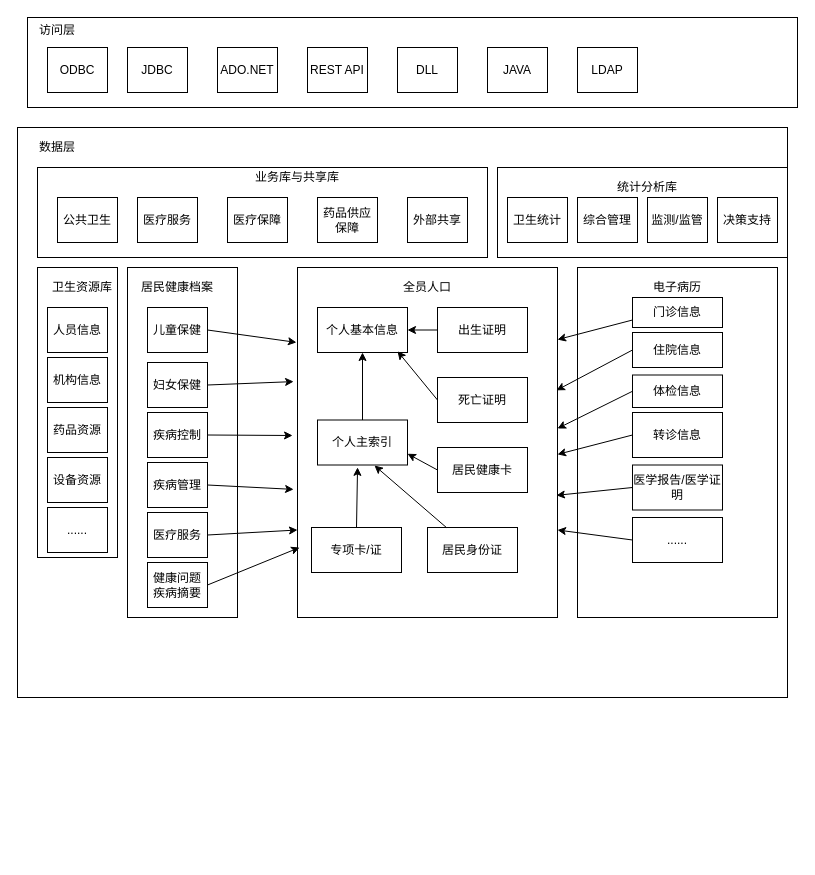
Before: source/数据中心架构图.drawio in SmileCJX/processon, a draw.io diagram. Source tidied: cells renumbered, new cells numbered last; positions are measured from the earlier drawing's top-left corner, leaving out a move shared by most shapes. Both pictures are drawn from the tidied source at 100%, with x=0, y=0 at pixel (17, 17).
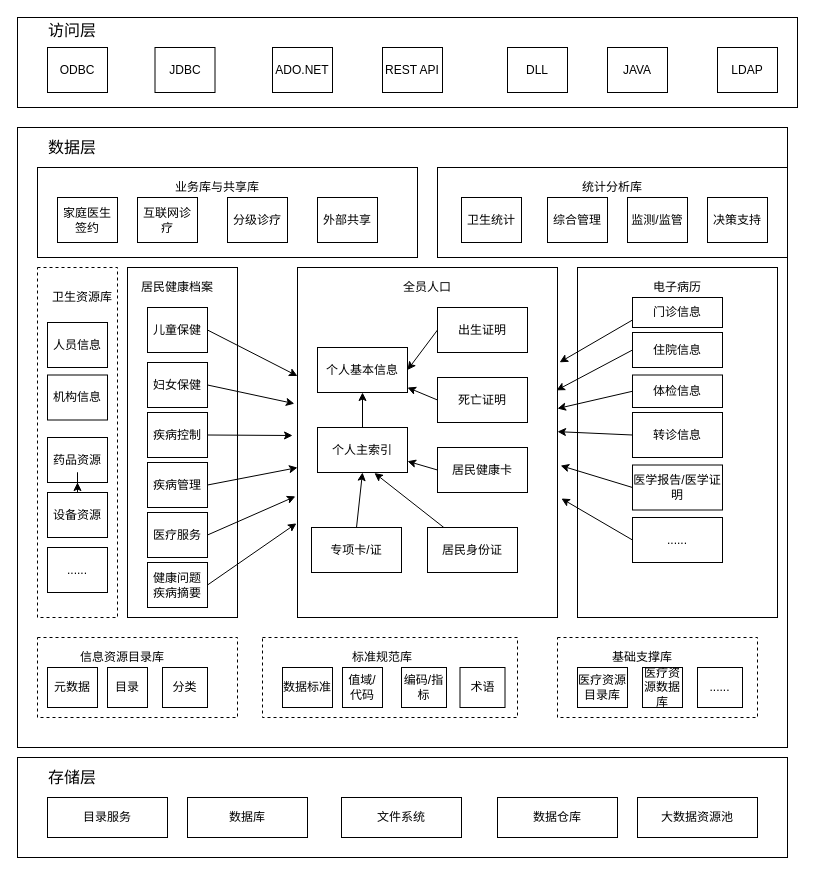
Above is the later version.

Commit message (it also covers changes not shown here):
更新数据中心架构图.drawio

Unchanged cells that the change refers to:
```xml
<mxCell id="35" value="儿童保健" style="rounded=0;whiteSpace=wrap;html=1;" parent="1" vertex="1">
  <mxGeometry x="130" y="290" width="60" height="45" as="geometry" />
</mxCell>
<mxCell id="36" value="妇女保健" style="rounded=0;whiteSpace=wrap;html=1;" parent="1" vertex="1">
  <mxGeometry x="130" y="345" width="60" height="45" as="geometry" />
</mxCell>
<mxCell id="38" value="疾病管理" style="rounded=0;whiteSpace=wrap;html=1;" parent="1" vertex="1">
  <mxGeometry x="130" y="445" width="60" height="45" as="geometry" />
</mxCell>
<mxCell id="39" value="医疗服务" style="rounded=0;whiteSpace=wrap;html=1;" parent="1" vertex="1">
  <mxGeometry x="130" y="495" width="60" height="45" as="geometry" />
</mxCell>
<mxCell id="40" value="健康问题疾病摘要" style="rounded=0;whiteSpace=wrap;html=1;" parent="1" vertex="1">
  <mxGeometry x="130" y="545" width="60" height="45" as="geometry" />
</mxCell>
<mxCell id="41" style="rounded=0;whiteSpace=wrap;html=1;" parent="1" vertex="1">
  <mxGeometry x="280" y="250" width="260" height="350" as="geometry" />
</mxCell>
<mxCell id="51" value="死亡证明" style="rounded=0;whiteSpace=wrap;html=1;" parent="1" vertex="1">
  <mxGeometry x="420" y="360" width="90" height="45" as="geometry" />
</mxCell>
<mxCell id="55" value="专项卡/证" style="rounded=0;whiteSpace=wrap;html=1;" parent="1" vertex="1">
  <mxGeometry x="294" y="510" width="90" height="45" as="geometry" />
</mxCell>
<mxCell id="63" value="门诊信息" style="rounded=0;whiteSpace=wrap;html=1;" parent="1" vertex="1">
  <mxGeometry x="615" y="280" width="90" height="30" as="geometry" />
</mxCell>
<mxCell id="65" value="体检信息" style="rounded=0;whiteSpace=wrap;html=1;" parent="1" vertex="1">
  <mxGeometry x="615" y="357.5" width="90" height="32.5" as="geometry" />
</mxCell>
<mxCell id="66" value="转诊信息" style="rounded=0;whiteSpace=wrap;html=1;" parent="1" vertex="1">
  <mxGeometry x="615" y="395" width="90" height="45" as="geometry" />
</mxCell>
<mxCell id="67" value="医学报告/医学证明" style="rounded=0;whiteSpace=wrap;html=1;" parent="1" vertex="1">
  <mxGeometry x="615" y="447.5" width="90" height="45" as="geometry" />
</mxCell>
<mxCell id="68" value="......" style="rounded=0;whiteSpace=wrap;html=1;" parent="1" vertex="1">
  <mxGeometry x="615" y="500" width="90" height="45" as="geometry" />
</mxCell>
```

The edit, as a diff of the source:
```diff
@@
     <mxCell id="2" style="rounded=0;whiteSpace=wrap;html=1;" parent="1" vertex="1">
-      <mxGeometry x="10" width="770" height="90" as="geometry" />
+      <mxGeometry width="780" height="90" as="geometry" />
     </mxCell>
@@
     <mxCell id="4" value="JDBC" style="rounded=0;whiteSpace=wrap;html=1;" parent="1" vertex="1">
-      <mxGeometry x="110" y="30" width="60" height="45" as="geometry" />
+      <mxGeometry x="137.5" y="30" width="60" height="45" as="geometry" />
     </mxCell>
     <mxCell id="5" value="ADO.NET" style="rounded=0;whiteSpace=wrap;html=1;" parent="1" vertex="1">
-      <mxGeometry x="200" y="30" width="60" height="45" as="geometry" />
+      <mxGeometry x="255" y="30" width="60" height="45" as="geometry" />
     </mxCell>
     <mxCell id="6" value="REST API" style="rounded=0;whiteSpace=wrap;html=1;" parent="1" vertex="1">
-      <mxGeometry x="290" y="30" width="60" height="45" as="geometry" />
+      <mxGeometry x="365" y="30" width="60" height="45" as="geometry" />
     </mxCell>
     <mxCell id="7" value="DLL" style="rounded=0;whiteSpace=wrap;html=1;" parent="1" vertex="1">
-      <mxGeometry x="380" y="30" width="60" height="45" as="geometry" />
+      <mxGeometry x="490" y="30" width="60" height="45" as="geometry" />
     </mxCell>
     <mxCell id="8" value="JAVA" style="rounded=0;whiteSpace=wrap;html=1;" parent="1" vertex="1">
-      <mxGeometry x="470" y="30" width="60" height="45" as="geometry" />
+      <mxGeometry x="590" y="30" width="60" height="45" as="geometry" />
     </mxCell>
     <mxCell id="9" value="LDAP" style="rounded=0;whiteSpace=wrap;html=1;" parent="1" vertex="1">
-      <mxGeometry x="560" y="30" width="60" height="45" as="geometry" />
+      <mxGeometry x="700" y="30" width="60" height="45" as="geometry" />
     </mxCell>
-    <mxCell id="10" value="访问层" style="text;html=1;strokeColor=none;fillColor=none;align=center;verticalAlign=middle;whiteSpace=wrap;rounded=0;" parent="1" vertex="1">
-      <mxGeometry x="20" y="2.5" width="40" height="20" as="geometry" />
+    <mxCell id="10" value="访问层" style="text;html=1;strokeColor=none;fillColor=none;align=center;verticalAlign=middle;whiteSpace=wrap;rounded=0;fontSize=16;" parent="1" vertex="1">
+      <mxGeometry x="20" y="2.5" width="70" height="20" as="geometry" />
     </mxCell>
     <mxCell id="11" style="rounded=0;whiteSpace=wrap;html=1;" parent="1" vertex="1">
-      <mxGeometry y="110" width="770" height="570" as="geometry" />
+      <mxGeometry y="110" width="770" height="620" as="geometry" />
     </mxCell>
-    <mxCell id="12" value="数据层" style="text;html=1;strokeColor=none;fillColor=none;align=center;verticalAlign=middle;whiteSpace=wrap;rounded=0;" parent="1" vertex="1">
-      <mxGeometry x="20" y="120" width="40" height="20" as="geometry" />
+    <mxCell id="12" value="数据层" style="text;html=1;strokeColor=none;fillColor=none;align=center;verticalAlign=middle;whiteSpace=wrap;rounded=0;fontSize=16;" parent="1" vertex="1">
+      <mxGeometry x="20" y="120" width="70" height="20" as="geometry" />
     </mxCell>
     <mxCell id="13" style="rounded=0;whiteSpace=wrap;html=1;" parent="1" vertex="1">
-      <mxGeometry x="20" y="150" width="450" height="90" as="geometry" />
+      <mxGeometry x="20" y="150" width="380" height="90" as="geometry" />
     </mxCell>
-    <mxCell id="14" value="公共卫生" style="rounded=0;whiteSpace=wrap;html=1;" parent="1" vertex="1">
+    <mxCell id="14" value="家庭医生签约" style="rounded=0;whiteSpace=wrap;html=1;" parent="1" vertex="1">
       <mxGeometry x="40" y="180" width="60" height="45" as="geometry" />
     </mxCell>
-    <mxCell id="15" value="医疗服务" style="rounded=0;whiteSpace=wrap;html=1;" parent="1" vertex="1">
+    <mxCell id="15" value="互联网诊疗" style="rounded=0;whiteSpace=wrap;html=1;" parent="1" vertex="1">
       <mxGeometry x="120" y="180" width="60" height="45" as="geometry" />
     </mxCell>
-    <mxCell id="16" value="医疗保障" style="rounded=0;whiteSpace=wrap;html=1;" parent="1" vertex="1">
+    <mxCell id="16" value="分级诊疗" style="rounded=0;whiteSpace=wrap;html=1;" parent="1" vertex="1">
       <mxGeometry x="210" y="180" width="60" height="45" as="geometry" />
     </mxCell>
-    <mxCell id="17" value="药品供应保障" style="rounded=0;whiteSpace=wrap;html=1;" parent="1" vertex="1">
-      <mxGeometry x="300" y="180" width="60" height="45" as="geometry" />
-    </mxCell>
     <mxCell id="18" value="外部共享" style="rounded=0;whiteSpace=wrap;html=1;" parent="1" vertex="1">
-      <mxGeometry x="390" y="180" width="60" height="45" as="geometry" />
+      <mxGeometry x="300" y="180" width="60" height="45" as="geometry" />
     </mxCell>
     <mxCell id="19" value="业务库与共享库" style="text;html=1;strokeColor=none;fillColor=none;align=center;verticalAlign=middle;whiteSpace=wrap;rounded=0;" parent="1" vertex="1">
-      <mxGeometry x="210" y="150" width="140" height="20" as="geometry" />
+      <mxGeometry x="130" y="160" width="140" height="20" as="geometry" />
     </mxCell>
     <mxCell id="20" style="rounded=0;whiteSpace=wrap;html=1;" parent="1" vertex="1">
-      <mxGeometry x="480" y="150" width="290" height="90" as="geometry" />
+      <mxGeometry x="420" y="150" width="350" height="90" as="geometry" />
     </mxCell>
     <mxCell id="21" value="卫生统计" style="rounded=0;whiteSpace=wrap;html=1;" parent="1" vertex="1">
-      <mxGeometry x="490" y="180" width="60" height="45" as="geometry" />
+      <mxGeometry x="444" y="180" width="60" height="45" as="geometry" />
     </mxCell>
     <mxCell id="22" value="综合管理" style="rounded=0;whiteSpace=wrap;html=1;" parent="1" vertex="1">
-      <mxGeometry x="560" y="180" width="60" height="45" as="geometry" />
+      <mxGeometry x="530" y="180" width="60" height="45" as="geometry" />
     </mxCell>
     <mxCell id="23" value="监测/监管" style="rounded=0;whiteSpace=wrap;html=1;" parent="1" vertex="1">
-      <mxGeometry x="630" y="180" width="60" height="45" as="geometry" />
+      <mxGeometry x="610" y="180" width="60" height="45" as="geometry" />
     </mxCell>
     <mxCell id="24" value="决策支持" style="rounded=0;whiteSpace=wrap;html=1;" parent="1" vertex="1">
-      <mxGeometry x="700" y="180" width="60" height="45" as="geometry" />
+      <mxGeometry x="690" y="180" width="60" height="45" as="geometry" />
     </mxCell>
     <mxCell id="25" value="统计分析库" style="text;html=1;strokeColor=none;fillColor=none;align=center;verticalAlign=middle;whiteSpace=wrap;rounded=0;" parent="1" vertex="1">
-      <mxGeometry x="560" y="160" width="140" height="20" as="geometry" />
+      <mxGeometry x="525" y="160" width="140" height="20" as="geometry" />
     </mxCell>
-    <mxCell id="26" style="rounded=0;whiteSpace=wrap;html=1;" parent="1" vertex="1">
-      <mxGeometry x="20" y="250" width="80" height="290" as="geometry" />
+    <mxCell id="26" style="rounded=0;whiteSpace=wrap;html=1;dashed=1;" parent="1" vertex="1">
+      <mxGeometry x="20" y="250" width="80" height="350" as="geometry" />
     </mxCell>
     <mxCell id="27" value="卫生资源库" style="text;html=1;strokeColor=none;fillColor=none;align=center;verticalAlign=middle;whiteSpace=wrap;rounded=0;" parent="1" vertex="1">
-      <mxGeometry x="30" y="260" width="70" height="20" as="geometry" />
+      <mxGeometry x="30" y="270" width="70" height="20" as="geometry" />
     </mxCell>
     <mxCell id="28" value="人员信息" style="rounded=0;whiteSpace=wrap;html=1;" parent="1" vertex="1">
-      <mxGeometry x="30" y="290" width="60" height="45" as="geometry" />
+      <mxGeometry x="30" y="305" width="60" height="45" as="geometry" />
     </mxCell>
     <mxCell id="29" value="机构信息" style="rounded=0;whiteSpace=wrap;html=1;" parent="1" vertex="1">
-      <mxGeometry x="30" y="340" width="60" height="45" as="geometry" />
+      <mxGeometry x="30" y="357.5" width="60" height="45" as="geometry" />
     </mxCell>
     <mxCell id="30" value="药品资源" style="rounded=0;whiteSpace=wrap;html=1;" parent="1" vertex="1">
-      <mxGeometry x="30" y="390" width="60" height="45" as="geometry" />
+      <mxGeometry x="30" y="420" width="60" height="45" as="geometry" />
     </mxCell>
+    <mxCell id="76" style="edgeStyle=orthogonalEdgeStyle;rounded=0;jettySize=auto;html=1;" parent="1" edge="1" source="31" target="30">
+      <mxGeometry relative="1" as="geometry" />
+    </mxCell>
     <mxCell id="31" value="设备资源" style="rounded=0;whiteSpace=wrap;html=1;" parent="1" vertex="1">
-      <mxGeometry x="30" y="440" width="60" height="45" as="geometry" />
+      <mxGeometry x="30" y="475" width="60" height="45" as="geometry" />
     </mxCell>
     <mxCell id="32" value="......" style="rounded=0;whiteSpace=wrap;html=1;" parent="1" vertex="1">
-      <mxGeometry x="30" y="490" width="60" height="45" as="geometry" />
+      <mxGeometry x="30" y="530" width="60" height="45" as="geometry" />
     </mxCell>
@@
-    <mxCell id="42" style="endArrow=classic;html=1;exitX=1;exitY=0.5;exitDx=0;exitDy=0;entryX=-0.004;entryY=0.214;entryDx=0;entryDy=0;entryPerimeter=0;" parent="1" edge="1" source="35" target="41">
+    <mxCell id="42" style="endArrow=classic;html=1;exitX=1;exitY=0.5;exitDx=0;exitDy=0;" parent="1" edge="1" source="35" target="41">
       <mxGeometry relative="1" as="geometry" />
     </mxCell>
@@
-    <mxCell id="44" style="endArrow=classic;html=1;exitX=1;exitY=0.5;exitDx=0;exitDy=0;entryX=-0.015;entryY=0.326;entryDx=0;entryDy=0;entryPerimeter=0;" parent="1" edge="1" source="36" target="41">
+    <mxCell id="44" style="endArrow=classic;html=1;exitX=1;exitY=0.5;exitDx=0;exitDy=0;entryX=-0.012;entryY=0.389;entryDx=0;entryDy=0;entryPerimeter=0;" parent="1" edge="1" source="36" target="41">
       <mxGeometry relative="1" as="geometry" />
     </mxCell>
@@
-    <mxCell id="46" style="endArrow=classic;html=1;exitX=1;exitY=0.5;exitDx=0;exitDy=0;entryX=-0.015;entryY=0.634;entryDx=0;entryDy=0;entryPerimeter=0;" parent="1" edge="1" source="38" target="41">
+    <mxCell id="46" style="endArrow=classic;html=1;exitX=1;exitY=0.5;exitDx=0;exitDy=0;" parent="1" edge="1" source="38" target="41">
       <mxGeometry relative="1" as="geometry" />
     </mxCell>
-    <mxCell id="47" style="endArrow=classic;html=1;exitX=1;exitY=0.5;exitDx=0;exitDy=0;entryX=0;entryY=0.75;entryDx=0;entryDy=0;" parent="1" edge="1" source="39" target="41">
+    <mxCell id="47" style="endArrow=classic;html=1;exitX=1;exitY=0.5;exitDx=0;exitDy=0;entryX=-0.008;entryY=0.654;entryDx=0;entryDy=0;entryPerimeter=0;" parent="1" edge="1" source="39" target="41">
       <mxGeometry relative="1" as="geometry" />
     </mxCell>
-    <mxCell id="48" style="endArrow=classic;html=1;exitX=1;exitY=0.5;exitDx=0;exitDy=0;entryX=0.008;entryY=0.8;entryDx=0;entryDy=0;entryPerimeter=0;" parent="1" edge="1" source="40" target="41">
+    <mxCell id="48" style="endArrow=classic;html=1;exitX=1;exitY=0.5;exitDx=0;exitDy=0;entryX=-0.004;entryY=0.731;entryDx=0;entryDy=0;entryPerimeter=0;" parent="1" edge="1" source="40" target="41">
       <mxGeometry relative="1" as="geometry" />
     </mxCell>
     <mxCell id="49" value="个人基本信息" style="rounded=0;whiteSpace=wrap;html=1;" parent="1" vertex="1">
-      <mxGeometry x="300" y="290" width="90" height="45" as="geometry" />
+      <mxGeometry x="300" y="330" width="90" height="45" as="geometry" />
     </mxCell>
@@
-    <mxCell id="52" style="endArrow=classic;html=1;exitX=0;exitY=0.5;exitDx=0;exitDy=0;entryX=0.889;entryY=0.972;entryDx=0;entryDy=0;entryPerimeter=0;" parent="1" edge="1" source="51" target="49">
-      <mxGeometry relative="1" as="geometry" />
+    <mxCell id="52" style="endArrow=classic;html=1;exitX=0;exitY=0.5;exitDx=0;exitDy=0;" parent="1" edge="1" source="51">
+      <mxGeometry relative="1" as="geometry">
+        <mxPoint x="390" y="370" as="targetPoint" />
+      </mxGeometry>
     </mxCell>
@@
     <mxCell id="56" value="个人主索引" style="rounded=0;whiteSpace=wrap;html=1;" parent="1" vertex="1">
-      <mxGeometry x="300" y="402.5" width="90" height="45" as="geometry" />
+      <mxGeometry x="300" y="410" width="90" height="45" as="geometry" />
     </mxCell>
@@
-    <mxCell id="59" style="endArrow=classic;html=1;entryX=0.231;entryY=0.571;entryDx=0;entryDy=0;entryPerimeter=0;exitX=0.5;exitY=0;exitDx=0;exitDy=0;" parent="1" edge="1" source="55" target="41">
+    <mxCell id="59" style="endArrow=classic;html=1;exitX=0.5;exitY=0;exitDx=0;exitDy=0;entryX=0.5;entryY=1;entryDx=0;entryDy=0;" parent="1" edge="1" source="55" target="56">
       <mxGeometry relative="1" as="geometry" />
     </mxCell>
@@
-    <mxCell id="70" style="endArrow=classic;html=1;exitX=0;exitY=0.75;exitDx=0;exitDy=0;entryX=1;entryY=0.206;entryDx=0;entryDy=0;entryPerimeter=0;" parent="1" edge="1" source="63" target="41">
+    <mxCell id="70" style="endArrow=classic;html=1;exitX=0;exitY=0.75;exitDx=0;exitDy=0;entryX=1.008;entryY=0.271;entryDx=0;entryDy=0;entryPerimeter=0;" parent="1" edge="1" source="63" target="41">
       <mxGeometry relative="1" as="geometry" />
     </mxCell>
@@
-    <mxCell id="72" style="endArrow=classic;html=1;exitX=0;exitY=0.5;exitDx=0;exitDy=0;entryX=1;entryY=0.46;entryDx=0;entryDy=0;entryPerimeter=0;" parent="1" edge="1" source="65" target="41">
+    <mxCell id="72" style="endArrow=classic;html=1;exitX=0;exitY=0.5;exitDx=0;exitDy=0;entryX=1;entryY=0.403;entryDx=0;entryDy=0;entryPerimeter=0;" parent="1" edge="1" source="65" target="41">
       <mxGeometry relative="1" as="geometry" />
     </mxCell>
-    <mxCell id="73" style="endArrow=classic;html=1;exitX=0;exitY=0.5;exitDx=0;exitDy=0;entryX=1;entryY=0.534;entryDx=0;entryDy=0;entryPerimeter=0;" parent="1" edge="1" source="66" target="41">
+    <mxCell id="73" style="endArrow=classic;html=1;exitX=0;exitY=0.5;exitDx=0;exitDy=0;entryX=1;entryY=0.469;entryDx=0;entryDy=0;entryPerimeter=0;" parent="1" edge="1" source="66" target="41">
       <mxGeometry relative="1" as="geometry" />
     </mxCell>
-    <mxCell id="74" style="endArrow=classic;html=1;exitX=0;exitY=0.5;exitDx=0;exitDy=0;entryX=0.996;entryY=0.651;entryDx=0;entryDy=0;entryPerimeter=0;" parent="1" edge="1" source="67" target="41">
+    <mxCell id="74" style="endArrow=classic;html=1;exitX=0;exitY=0.5;exitDx=0;exitDy=0;entryX=1.012;entryY=0.566;entryDx=0;entryDy=0;entryPerimeter=0;" parent="1" edge="1" source="67" target="41">
       <mxGeometry relative="1" as="geometry" />
     </mxCell>
-    <mxCell id="75" style="endArrow=classic;html=1;exitX=0;exitY=0.5;exitDx=0;exitDy=0;entryX=1;entryY=0.75;entryDx=0;entryDy=0;" parent="1" edge="1" source="68" target="41">
+    <mxCell id="75" style="endArrow=classic;html=1;exitX=0;exitY=0.5;exitDx=0;exitDy=0;entryX=1.015;entryY=0.66;entryDx=0;entryDy=0;entryPerimeter=0;" parent="1" edge="1" source="68" target="41">
       <mxGeometry relative="1" as="geometry" />
     </mxCell>
+    <mxCell id="77" style="rounded=0;whiteSpace=wrap;html=1;dashed=1;" parent="1" vertex="1">
+      <mxGeometry x="20" y="620" width="200" height="80" as="geometry" />
+    </mxCell>
+    <mxCell id="78" value="信息资源目录库" style="text;html=1;strokeColor=none;fillColor=none;align=center;verticalAlign=middle;whiteSpace=wrap;rounded=0;" parent="1" vertex="1">
+      <mxGeometry x="60" y="630" width="90" height="20" as="geometry" />
+    </mxCell>
+    <mxCell id="79" value="元数据" style="rounded=0;whiteSpace=wrap;html=1;" parent="1" vertex="1">
+      <mxGeometry x="30" y="650" width="50" height="40" as="geometry" />
+    </mxCell>
+    <mxCell id="80" value="目录" style="rounded=0;whiteSpace=wrap;html=1;" parent="1" vertex="1">
+      <mxGeometry x="90" y="650" width="40" height="40" as="geometry" />
+    </mxCell>
+    <mxCell id="81" value="分类" style="rounded=0;whiteSpace=wrap;html=1;" parent="1" vertex="1">
+      <mxGeometry x="145" y="650" width="45" height="40" as="geometry" />
+    </mxCell>
+    <mxCell id="82" style="rounded=0;whiteSpace=wrap;html=1;dashed=1;" parent="1" vertex="1">
+      <mxGeometry x="245" y="620" width="255" height="80" as="geometry" />
+    </mxCell>
+    <mxCell id="83" value="标准规范库" style="text;html=1;strokeColor=none;fillColor=none;align=center;verticalAlign=middle;whiteSpace=wrap;rounded=0;" parent="1" vertex="1">
+      <mxGeometry x="320" y="630" width="90" height="20" as="geometry" />
+    </mxCell>
+    <mxCell id="84" value="数据标准" style="rounded=0;whiteSpace=wrap;html=1;" parent="1" vertex="1">
+      <mxGeometry x="265" y="650" width="50" height="40" as="geometry" />
+    </mxCell>
+    <mxCell id="85" value="值域/代码" style="rounded=0;whiteSpace=wrap;html=1;" parent="1" vertex="1">
+      <mxGeometry x="325" y="650" width="40" height="40" as="geometry" />
+    </mxCell>
+    <mxCell id="86" value="编码/指标" style="rounded=0;whiteSpace=wrap;html=1;" parent="1" vertex="1">
+      <mxGeometry x="384" y="650" width="45" height="40" as="geometry" />
+    </mxCell>
+    <mxCell id="87" value="术语" style="rounded=0;whiteSpace=wrap;html=1;" parent="1" vertex="1">
+      <mxGeometry x="442.5" y="650" width="45" height="40" as="geometry" />
+    </mxCell>
+    <mxCell id="88" style="rounded=0;whiteSpace=wrap;html=1;dashed=1;" parent="1" vertex="1">
+      <mxGeometry x="540" y="620" width="200" height="80" as="geometry" />
+    </mxCell>
+    <mxCell id="89" value="基础支撑库" style="text;html=1;strokeColor=none;fillColor=none;align=center;verticalAlign=middle;whiteSpace=wrap;rounded=0;" parent="1" vertex="1">
+      <mxGeometry x="580" y="630" width="90" height="20" as="geometry" />
+    </mxCell>
+    <mxCell id="90" value="医疗资源目录库" style="rounded=0;whiteSpace=wrap;html=1;" parent="1" vertex="1">
+      <mxGeometry x="560" y="650" width="50" height="40" as="geometry" />
+    </mxCell>
+    <mxCell id="91" value="医疗资源数据库" style="rounded=0;whiteSpace=wrap;html=1;" parent="1" vertex="1">
+      <mxGeometry x="625" y="650" width="40" height="40" as="geometry" />
+    </mxCell>
+    <mxCell id="92" value="......" style="rounded=0;whiteSpace=wrap;html=1;" parent="1" vertex="1">
+      <mxGeometry x="680" y="650" width="45" height="40" as="geometry" />
+    </mxCell>
+    <mxCell id="93" style="rounded=0;whiteSpace=wrap;html=1;" parent="1" vertex="1">
+      <mxGeometry y="740" width="770" height="100" as="geometry" />
+    </mxCell>
+    <mxCell id="94" value="存储层" style="text;html=1;strokeColor=none;fillColor=none;align=center;verticalAlign=middle;whiteSpace=wrap;rounded=0;fontSize=16;" parent="1" vertex="1">
+      <mxGeometry x="10" y="750" width="90" height="20" as="geometry" />
+    </mxCell>
+    <mxCell id="95" value="目录服务" style="rounded=0;whiteSpace=wrap;html=1;" parent="1" vertex="1">
+      <mxGeometry x="30" y="780" width="120" height="40" as="geometry" />
+    </mxCell>
+    <mxCell id="96" value="数据库" style="rounded=0;whiteSpace=wrap;html=1;" parent="1" vertex="1">
+      <mxGeometry x="170" y="780" width="120" height="40" as="geometry" />
+    </mxCell>
+    <mxCell id="97" value="文件系统" style="rounded=0;whiteSpace=wrap;html=1;" parent="1" vertex="1">
+      <mxGeometry x="324" y="780" width="120" height="40" as="geometry" />
+    </mxCell>
+    <mxCell id="98" value="数据仓库" style="rounded=0;whiteSpace=wrap;html=1;" parent="1" vertex="1">
+      <mxGeometry x="480" y="780" width="120" height="40" as="geometry" />
+    </mxCell>
+    <mxCell id="99" value="大数据资源池" style="rounded=0;whiteSpace=wrap;html=1;" parent="1" vertex="1">
+      <mxGeometry x="620" y="780" width="120" height="40" as="geometry" />
+    </mxCell>
```
